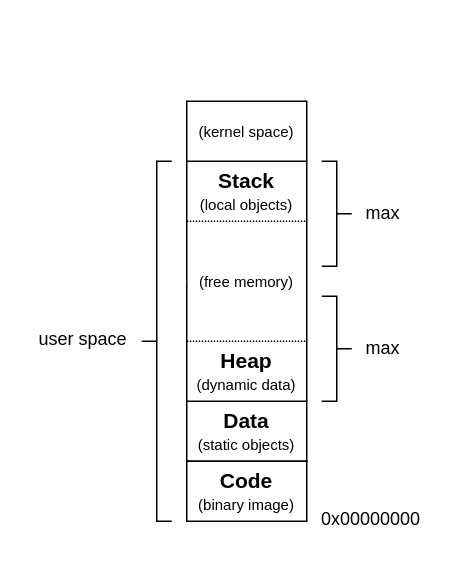
i-s-m-mipt/Education keeps this draw.io diagram as projects/examples/source/09.17.drawio. Above is the earlier version. Source tidied: cells renumbered, new cells numbered last; positions are measured from the earlier drawing's top-left corner, leaving out a move shared by most shapes. Both pictures are drawn from the tidied source at 150%, with x=0, y=0 at pixel (26, 100).
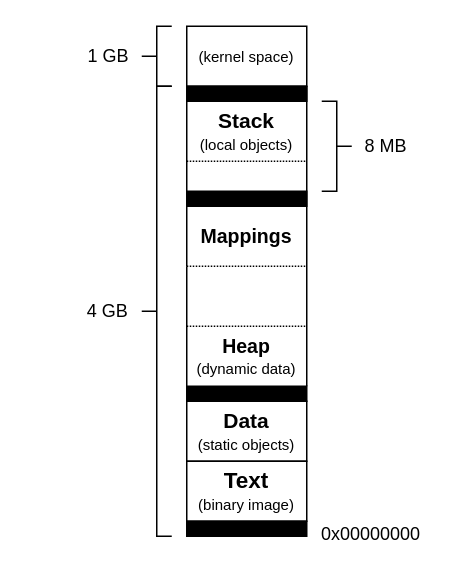
The same diagram, later.

The change refers to these unchanged cells:
```xml
<mxCell id="8" value="&lt;b style=&quot;&quot;&gt;&lt;font style=&quot;font-size: 14px;&quot;&gt;Data&lt;/font&gt;&lt;/b&gt;&lt;div&gt;&lt;font style=&quot;font-size: 10px;&quot;&gt;(static objects)&lt;/font&gt;&lt;/div&gt;" style="rounded=0;whiteSpace=wrap;html=1;strokeColor=default;fillColor=none;fontFamily=Helvetica;" parent="1" vertex="1">
  <mxGeometry x="107" y="200" width="80" height="40" as="geometry" />
</mxCell>
```

What changed in the source:
```diff
@@
-    <mxCell id="2" value="&lt;font size=&quot;1&quot;&gt;(free memory)&lt;/font&gt;" style="rounded=0;whiteSpace=wrap;html=1;strokeColor=none;fillColor=none;" parent="1" vertex="1">
-      <mxGeometry x="107" y="80" width="80" height="80" as="geometry" />
-    </mxCell>
-    <mxCell id="3" value="&lt;b style=&quot;&quot;&gt;&lt;font style=&quot;font-size: 14px;&quot;&gt;Heap&lt;/font&gt;&lt;/b&gt;&lt;div&gt;&lt;font style=&quot;font-size: 10px;&quot;&gt;(dynamic data)&lt;/font&gt;&lt;/div&gt;" style="rounded=0;whiteSpace=wrap;html=1;strokeColor=none;fillColor=none;fontFamily=Helvetica;" parent="1" vertex="1">
-      <mxGeometry x="107" y="160" width="80" height="40" as="geometry" />
+    <mxCell id="3" value="&lt;b style=&quot;&quot;&gt;&lt;font style=&quot;font-size: 13px;&quot;&gt;Heap&lt;/font&gt;&lt;/b&gt;&lt;div&gt;&lt;font style=&quot;font-size: 10px;&quot;&gt;(dynamic data)&lt;/font&gt;&lt;/div&gt;" style="rounded=0;whiteSpace=wrap;html=1;strokeColor=none;fillColor=none;fontFamily=Helvetica;" parent="1" vertex="1">
+      <mxGeometry x="107" y="150" width="80" height="40" as="geometry" />
     </mxCell>
     <mxCell id="4" value="&lt;div&gt;&lt;font style=&quot;font-size: 10px;&quot;&gt;(kernel space&lt;/font&gt;&lt;font style=&quot;font-size: 10px;&quot;&gt;)&lt;/font&gt;&lt;/div&gt;" style="rounded=0;whiteSpace=wrap;html=1;fillColor=none;fontFamily=Helvetica;" parent="1" vertex="1">
-      <mxGeometry x="107" width="80" height="40" as="geometry" />
+      <mxGeometry x="107" y="-50" width="80" height="40" as="geometry" />
     </mxCell>
     <mxCell id="5" value="&lt;b style=&quot;&quot;&gt;&lt;font style=&quot;font-size: 14px;&quot;&gt;Stack&lt;/font&gt;&lt;/b&gt;&lt;div&gt;&lt;font style=&quot;font-size: 10px;&quot;&gt;(local objects)&lt;/font&gt;&lt;/div&gt;" style="rounded=0;whiteSpace=wrap;html=1;strokeColor=none;fillColor=none;fontFamily=Helvetica;" parent="1" vertex="1">
-      <mxGeometry x="107" y="40" width="80" height="40" as="geometry" />
+      <mxGeometry x="107" width="80" height="40" as="geometry" />
     </mxCell>
-    <mxCell id="6" style="shape=curlyBracket;whiteSpace=wrap;html=1;rounded=0;flipH=1;labelPosition=right;verticalLabelPosition=middle;align=left;verticalAlign=middle;direction=east;fontFamily=Helvetica;" parent="1" vertex="1">
-      <mxGeometry x="197" y="40" width="20" height="70" as="geometry" />
-    </mxCell>
     <mxCell id="7" style="endArrow=none;dashed=1;html=1;dashPattern=1 1;strokeWidth=1;rounded=0;exitX=0;exitY=1;exitDx=0;exitDy=0;fontFamily=Helvetica;" parent="1" edge="1">
       <mxGeometry relative="1" as="geometry">
-        <mxPoint x="107" y="160" as="sourcePoint" />
-        <mxPoint x="187" y="160" as="targetPoint" />
+        <mxPoint x="107" y="150" as="sourcePoint" />
+        <mxPoint x="187" y="150" as="targetPoint" />
       </mxGeometry>
     </mxCell>
@@
-    <mxCell id="9" value="&lt;b style=&quot;&quot;&gt;&lt;font style=&quot;font-size: 14px;&quot;&gt;Code&lt;/font&gt;&lt;/b&gt;&lt;div&gt;&lt;font style=&quot;font-size: 10px;&quot;&gt;(binary image)&lt;/font&gt;&lt;/div&gt;" style="rounded=0;whiteSpace=wrap;html=1;strokeColor=default;fillColor=none;fontFamily=Helvetica;" parent="1" vertex="1">
+    <mxCell id="9" value="&lt;b style=&quot;&quot;&gt;&lt;font style=&quot;font-size: 15px;&quot;&gt;Text&lt;/font&gt;&lt;/b&gt;&lt;div&gt;&lt;font style=&quot;font-size: 10px;&quot;&gt;(binary image)&lt;/font&gt;&lt;/div&gt;" style="rounded=0;whiteSpace=wrap;html=1;strokeColor=default;fillColor=none;fontFamily=Helvetica;" parent="1" vertex="1">
       <mxGeometry x="107" y="240" width="80" height="40" as="geometry" />
     </mxCell>
-    <mxCell id="10" value="&lt;font&gt;0x00000000&lt;/font&gt;" style="text;html=1;strokeColor=none;fillColor=none;align=center;verticalAlign=middle;whiteSpace=wrap;rounded=0;fontFamily=Helvetica;" parent="1" vertex="1">
-      <mxGeometry x="185" y="269" width="90" height="20" as="geometry" />
+    <mxCell id="10" value="0x00000000" style="text;html=1;strokeColor=none;fillColor=none;align=center;verticalAlign=middle;whiteSpace=wrap;rounded=0;fontFamily=Helvetica;" parent="1" vertex="1">
+      <mxGeometry x="185" y="279" width="90" height="20" as="geometry" />
     </mxCell>
-    <mxCell id="11" value="user space" style="text;html=1;strokeColor=none;fillColor=none;align=center;verticalAlign=middle;whiteSpace=wrap;rounded=0;fontFamily=Helvetica;" parent="1" vertex="1">
-      <mxGeometry y="139" width="76" height="40" as="geometry" />
+    <mxCell id="11" value="4 GB" style="text;html=1;strokeColor=none;fillColor=none;align=center;verticalAlign=middle;whiteSpace=wrap;rounded=0;fontFamily=Helvetica;" parent="1" vertex="1">
+      <mxGeometry x="35" y="120" width="39" height="40" as="geometry" />
     </mxCell>
     <mxCell id="12" style="endArrow=none;html=1;rounded=0;entryX=0;entryY=1;entryDx=0;entryDy=0;fontFamily=Helvetica;" parent="1" edge="1" target="4">
       <mxGeometry relative="1" as="geometry">
-        <mxPoint x="107" y="120" as="sourcePoint" />
+        <mxPoint x="107" y="110" as="sourcePoint" />
       </mxGeometry>
     </mxCell>
-    <mxCell id="13" style="endArrow=none;html=1;rounded=0;entryX=1;entryY=1;entryDx=0;entryDy=0;exitX=1;exitY=0;exitDx=0;exitDy=0;fontFamily=Helvetica;" parent="1" edge="1" source="8" target="4">
-      <mxGeometry relative="1" as="geometry" />
+    <mxCell id="13" style="endArrow=none;html=1;rounded=0;entryX=1;entryY=1;entryDx=0;entryDy=0;exitX=1;exitY=0;exitDx=0;exitDy=0;fontFamily=Helvetica;" parent="1" edge="1" target="4">
+      <mxGeometry relative="1" as="geometry">
+        <mxPoint x="187" y="190" as="sourcePoint" />
+      </mxGeometry>
     </mxCell>
-    <mxCell id="14" style="endArrow=none;dashed=1;html=1;rounded=0;dashPattern=1 1;exitX=0;exitY=1;exitDx=0;exitDy=0;fontFamily=Helvetica;" parent="1" edge="1">
+    <mxCell id="14" style="endArrow=none;dashed=1;html=1;rounded=0;dashPattern=1 1;fontFamily=Helvetica;" parent="1" edge="1">
       <mxGeometry relative="1" as="geometry">
-        <mxPoint x="107" y="80" as="sourcePoint" />
-        <mxPoint x="187" y="80" as="targetPoint" />
+        <mxPoint x="107" y="110" as="sourcePoint" />
+        <mxPoint x="187" y="110" as="targetPoint" />
       </mxGeometry>
     </mxCell>
-    <mxCell id="15" style="endArrow=none;html=1;rounded=0;exitX=0;exitY=0;exitDx=0;exitDy=0;fontFamily=Helvetica;" parent="1" edge="1" source="8">
+    <mxCell id="15" style="endArrow=none;html=1;rounded=0;exitX=0;exitY=0;exitDx=0;exitDy=0;fontFamily=Helvetica;" parent="1" edge="1">
       <mxGeometry relative="1" as="geometry">
-        <mxPoint x="107" y="120" as="targetPoint" />
+        <mxPoint x="107" y="190" as="sourcePoint" />
+        <mxPoint x="107" y="110" as="targetPoint" />
       </mxGeometry>
     </mxCell>
     <mxCell id="16" style="shape=curlyBracket;whiteSpace=wrap;html=1;rounded=0;flipH=1;labelPosition=right;verticalLabelPosition=middle;align=left;verticalAlign=middle;direction=west;fontFamily=Helvetica;" parent="1" vertex="1">
-      <mxGeometry x="77" y="40" width="20" height="240" as="geometry" />
+      <mxGeometry x="77" y="-10" width="20" height="300" as="geometry" />
     </mxCell>
-    <mxCell id="17" style="shape=curlyBracket;whiteSpace=wrap;html=1;rounded=0;flipH=1;labelPosition=right;verticalLabelPosition=middle;align=left;verticalAlign=middle;direction=east;fontFamily=Helvetica;" parent="1" vertex="1">
-      <mxGeometry x="197" y="130" width="20" height="70" as="geometry" />
-    </mxCell>
-    <mxCell id="18" value="max" style="text;html=1;strokeColor=none;fillColor=none;align=center;verticalAlign=middle;whiteSpace=wrap;rounded=0;fontFamily=Helvetica;" parent="1" vertex="1">
-      <mxGeometry x="218" y="60" width="40" height="30" as="geometry" />
-    </mxCell>
-    <mxCell id="19" value="max" style="text;html=1;strokeColor=none;fillColor=none;align=center;verticalAlign=middle;whiteSpace=wrap;rounded=0;fontFamily=Helvetica;" parent="1" vertex="1">
-      <mxGeometry x="218" y="150" width="40" height="30" as="geometry" />
-    </mxCell>
+    <mxCell id="20" style="rounded=0;whiteSpace=wrap;html=1;strokeColor=default;fillColor=#000000;fontFamily=Helvetica;" parent="1" vertex="1">
+      <mxGeometry x="107" y="280" width="80" height="10" as="geometry" />
+    </mxCell>
+    <mxCell id="21" value="1 GB" style="text;html=1;strokeColor=none;fillColor=none;align=center;verticalAlign=middle;whiteSpace=wrap;rounded=0;fontFamily=Helvetica;" parent="1" vertex="1">
+      <mxGeometry x="35" y="-50" width="40" height="40" as="geometry" />
+    </mxCell>
+    <mxCell id="22" style="rounded=0;whiteSpace=wrap;html=1;strokeColor=default;fillColor=#000000;fontFamily=Helvetica;" parent="1" vertex="1">
+      <mxGeometry x="107" y="190" width="80" height="10" as="geometry" />
+    </mxCell>
+    <mxCell id="23" value="&lt;div&gt;&lt;font style=&quot;font-size: 13px;&quot;&gt;&lt;b style=&quot;&quot;&gt;Mappings&lt;/b&gt;&lt;/font&gt;&lt;/div&gt;" style="rounded=0;whiteSpace=wrap;html=1;strokeColor=none;fillColor=none;fontFamily=Helvetica;" parent="1" vertex="1">
+      <mxGeometry x="107" y="70" width="80" height="40" as="geometry" />
+    </mxCell>
+    <mxCell id="24" style="rounded=0;whiteSpace=wrap;html=1;strokeColor=default;fillColor=#000000;fontFamily=Helvetica;" parent="1" vertex="1">
+      <mxGeometry x="107" y="60" width="80" height="10" as="geometry" />
+    </mxCell>
+    <mxCell id="25" style="shape=curlyBracket;whiteSpace=wrap;html=1;rounded=0;flipH=1;labelPosition=right;verticalLabelPosition=middle;align=left;verticalAlign=middle;direction=east;fontFamily=Helvetica;" parent="1" vertex="1">
+      <mxGeometry x="197" width="20" height="60" as="geometry" />
+    </mxCell>
+    <mxCell id="26" value="8 MB" style="text;html=1;strokeColor=none;fillColor=none;align=center;verticalAlign=middle;whiteSpace=wrap;rounded=0;fontFamily=Helvetica;" parent="1" vertex="1">
+      <mxGeometry x="220" y="10" width="40" height="40" as="geometry" />
+    </mxCell>
+    <mxCell id="27" style="endArrow=none;dashed=1;html=1;rounded=0;dashPattern=1 1;fontFamily=Helvetica;entryX=1;entryY=1;entryDx=0;entryDy=0;" parent="1" edge="1" target="5">
+      <mxGeometry relative="1" as="geometry">
+        <mxPoint x="107" y="40" as="sourcePoint" />
+      </mxGeometry>
+    </mxCell>
+    <mxCell id="28" style="rounded=0;whiteSpace=wrap;html=1;strokeColor=default;fillColor=#000000;fontFamily=Helvetica;" parent="1" vertex="1">
+      <mxGeometry x="107" y="-10" width="80" height="10" as="geometry" />
+    </mxCell>
+    <mxCell id="29" style="shape=curlyBracket;whiteSpace=wrap;html=1;rounded=0;flipH=1;labelPosition=right;verticalLabelPosition=middle;align=left;verticalAlign=middle;direction=west;fontFamily=Helvetica;" parent="1" vertex="1">
+      <mxGeometry x="77" y="-50" width="20" height="40" as="geometry" />
+    </mxCell>
```
